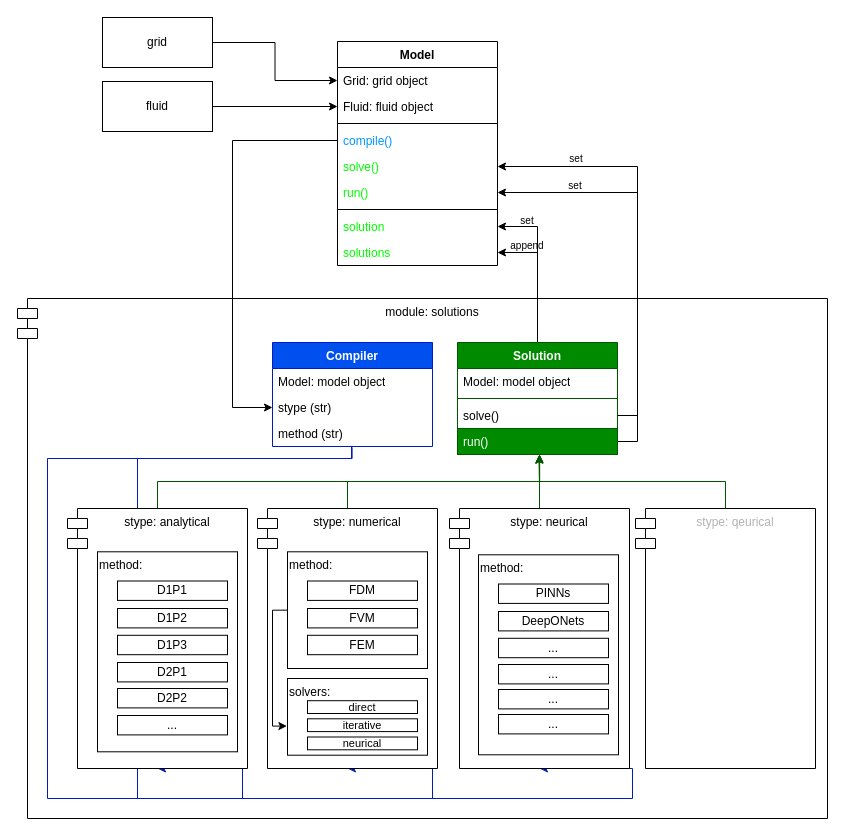
hiesabx/reservoirflow keeps this draw.io diagram as images/solutions_diagram.drawio. Above is the earlier version. Source tidied: cells renumbered, new cells numbered last; positions are measured from the earlier drawing's top-left corner, leaving out a move shared by most shapes. Both pictures are drawn from the tidied source at 100%, with x=0, y=0 at pixel (17, 17).
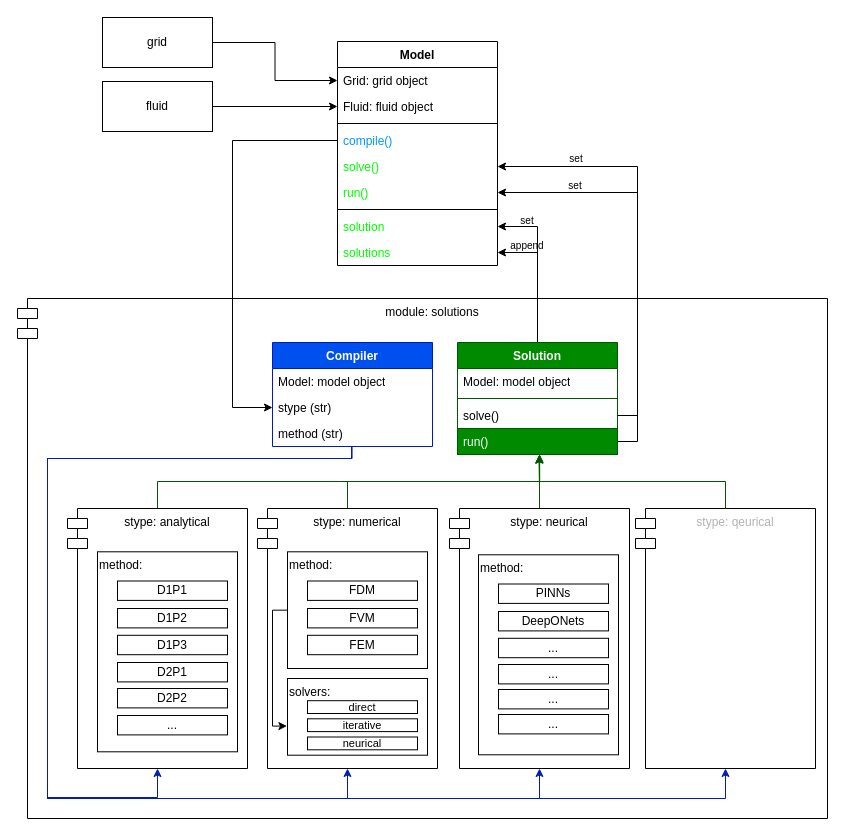
The same diagram, later.

The change refers to these unchanged cells:
```xml
<mxCell id="20" value="method (str)" style="text;strokeColor=none;fillColor=none;align=left;verticalAlign=top;spacingLeft=4;spacingRight=4;overflow=hidden;points=[[0,0.5],[1,0.5]];portConstraint=eastwest;whiteSpace=wrap;html=1;" parent="17" vertex="1">
  <mxGeometry y="78" width="160" height="26" as="geometry" />
</mxCell>
<mxCell id="40" value="stype: qeurical" style="shape=module;align=left;spacingLeft=20;align=center;verticalAlign=top;whiteSpace=wrap;html=1;fontColor=#B3B3B3;" parent="1" vertex="1">
  <mxGeometry x="618" y="491" width="180" height="260" as="geometry" />
</mxCell>
<mxCell id="41" value="stype: analytical" style="shape=module;align=left;spacingLeft=20;align=center;verticalAlign=top;whiteSpace=wrap;html=1;" parent="1" vertex="1">
  <mxGeometry x="50" y="491" width="180" height="260" as="geometry" />
</mxCell>
<mxCell id="42" value="stype:&amp;nbsp;numerical" style="shape=module;align=left;spacingLeft=20;align=center;verticalAlign=top;whiteSpace=wrap;html=1;" parent="1" vertex="1">
  <mxGeometry x="240" y="491" width="180" height="260" as="geometry" />
</mxCell>
<mxCell id="43" value="stype:&amp;nbsp;neurical" style="shape=module;align=left;spacingLeft=20;align=center;verticalAlign=top;whiteSpace=wrap;html=1;" parent="1" vertex="1">
  <mxGeometry x="432" y="491" width="180" height="260" as="geometry" />
</mxCell>
```

Diff of the diagram source:
```diff
@@
-    <mxCell id="27" style="edgeStyle=orthogonalEdgeStyle;rounded=0;jettySize=auto;html=1;entryX=0.5;entryY=1;entryDx=0;entryDy=0;exitX=0.496;exitY=1.051;exitDx=0;exitDy=0;exitPerimeter=0;fillColor=#0050ef;strokeColor=#001DBC;" parent="1" edge="1" source="20" target="41">
+    <mxCell id="27" style="edgeStyle=orthogonalEdgeStyle;rounded=0;jettySize=auto;html=1;entryX=0.5;entryY=1;entryDx=0;entryDy=0;exitX=0.495;exitY=1.014;exitDx=0;exitDy=0;exitPerimeter=0;fillColor=#0050ef;strokeColor=#001DBC;" parent="1" edge="1" source="20" target="42">
       <mxGeometry relative="1" as="geometry">
         <Array as="points">
           <mxPoint x="334" y="441" />
-          <mxPoint x="120" y="441" />
-          <mxPoint x="120" y="781" />
-          <mxPoint x="225" y="781" />
+          <mxPoint x="30" y="441" />
+          <mxPoint x="30" y="781" />
+          <mxPoint x="330" y="781" />
         </Array>
       </mxGeometry>
     </mxCell>
-    <mxCell id="28" style="edgeStyle=orthogonalEdgeStyle;rounded=0;jettySize=auto;html=1;exitX=0.496;exitY=0.974;exitDx=0;exitDy=0;entryX=0.5;entryY=1;entryDx=0;entryDy=0;exitPerimeter=0;fillColor=#0050ef;strokeColor=#001DBC;" parent="1" edge="1" source="20" target="42">
+    <mxCell id="28" style="edgeStyle=orthogonalEdgeStyle;rounded=0;jettySize=auto;html=1;exitX=0.495;exitY=1.001;exitDx=0;exitDy=0;entryX=0.5;entryY=1;entryDx=0;entryDy=0;exitPerimeter=0;fillColor=#0050ef;strokeColor=#001DBC;" parent="1" edge="1" source="20" target="43">
       <mxGeometry relative="1" as="geometry">
         <Array as="points">
           <mxPoint x="334" y="441" />
-          <mxPoint x="120" y="441" />
-          <mxPoint x="120" y="781" />
-          <mxPoint x="415" y="781" />
+          <mxPoint x="30" y="441" />
+          <mxPoint x="30" y="781" />
+          <mxPoint x="522" y="781" />
         </Array>
       </mxGeometry>
     </mxCell>
-    <mxCell id="29" style="edgeStyle=orthogonalEdgeStyle;rounded=0;jettySize=auto;html=1;entryX=0.5;entryY=1;entryDx=0;entryDy=0;exitX=0.494;exitY=1.013;exitDx=0;exitDy=0;exitPerimeter=0;fillColor=#0050ef;strokeColor=#001DBC;" parent="1" edge="1" source="20" target="43">
+    <mxCell id="29" style="edgeStyle=orthogonalEdgeStyle;rounded=0;jettySize=auto;html=1;exitX=0.495;exitY=0.999;exitDx=0;exitDy=0;exitPerimeter=0;fillColor=#0050ef;strokeColor=#001DBC;entryX=0.5;entryY=1;entryDx=0;entryDy=0;" parent="1" edge="1" source="20" target="40">
       <mxGeometry relative="1" as="geometry">
         <Array as="points">
           <mxPoint x="334" y="441" />
           <mxPoint x="30" y="441" />
           <mxPoint x="30" y="781" />
-          <mxPoint x="615" y="781" />
-          <mxPoint x="615" y="751" />
+          <mxPoint x="708" y="781" />
         </Array>
       </mxGeometry>
     </mxCell>
@@
+    <mxCell id="73" style="edgeStyle=orthogonalEdgeStyle;rounded=0;jettySize=auto;html=1;entryX=0.5;entryY=1;entryDx=0;entryDy=0;exitX=0.495;exitY=1.003;exitDx=0;exitDy=0;exitPerimeter=0;fillColor=#0050ef;strokeColor=#001DBC;" parent="1" edge="1" source="20" target="41">
+      <mxGeometry relative="1" as="geometry">
+        <Array as="points">
+          <mxPoint x="334" y="441" />
+          <mxPoint x="30" y="441" />
+          <mxPoint x="30" y="780" />
+          <mxPoint x="140" y="780" />
+        </Array>
+      </mxGeometry>
+    </mxCell>
```
